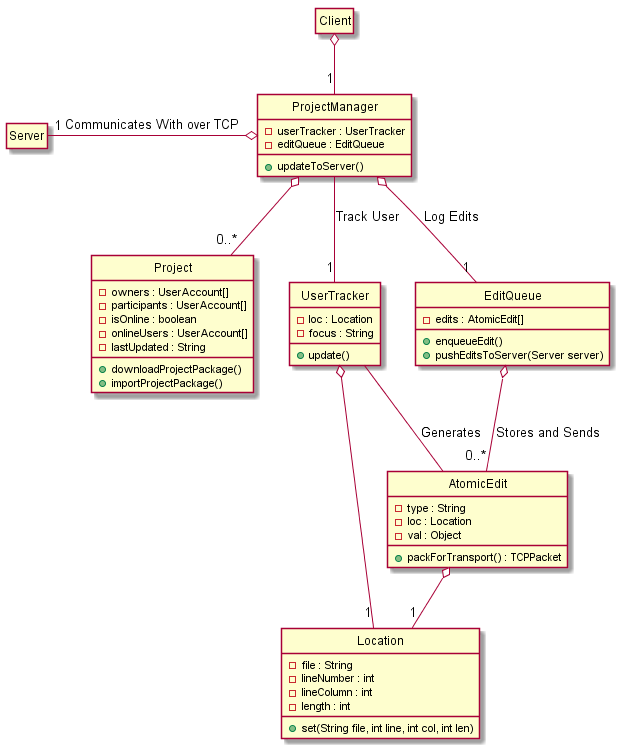
Above: hw3/Client/client_project.png in voxelv/sQuire_kw (PlantUML), before the change.
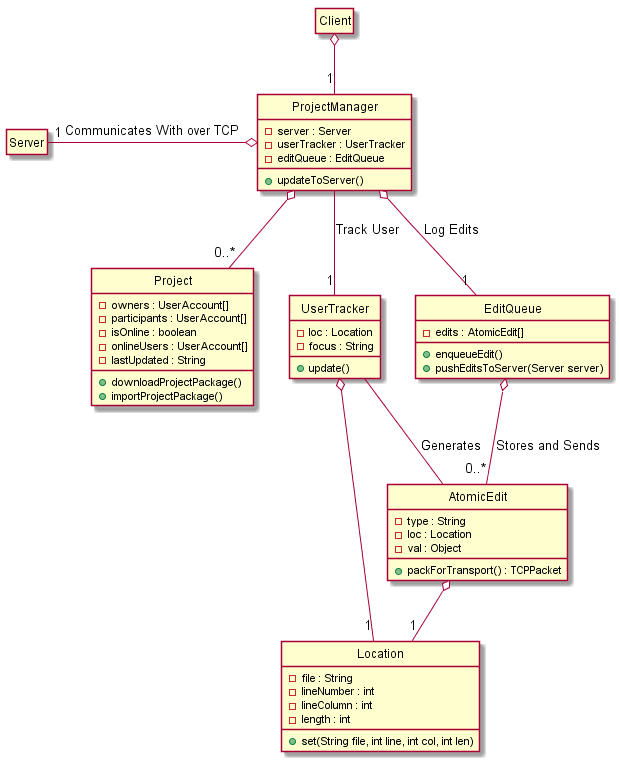
Above is the later version.

Commit message:
added server to ProjectManager

The edit, as a diff of the source:
```diff
@@ -5,6 +5,7 @@
 class "Client" as sq_c
 
 class "ProjectManager" as sq_projmgr {
+    -server : Server
     -userTracker : UserTracker
     -editQueue : EditQueue
     +updateToServer()
```
